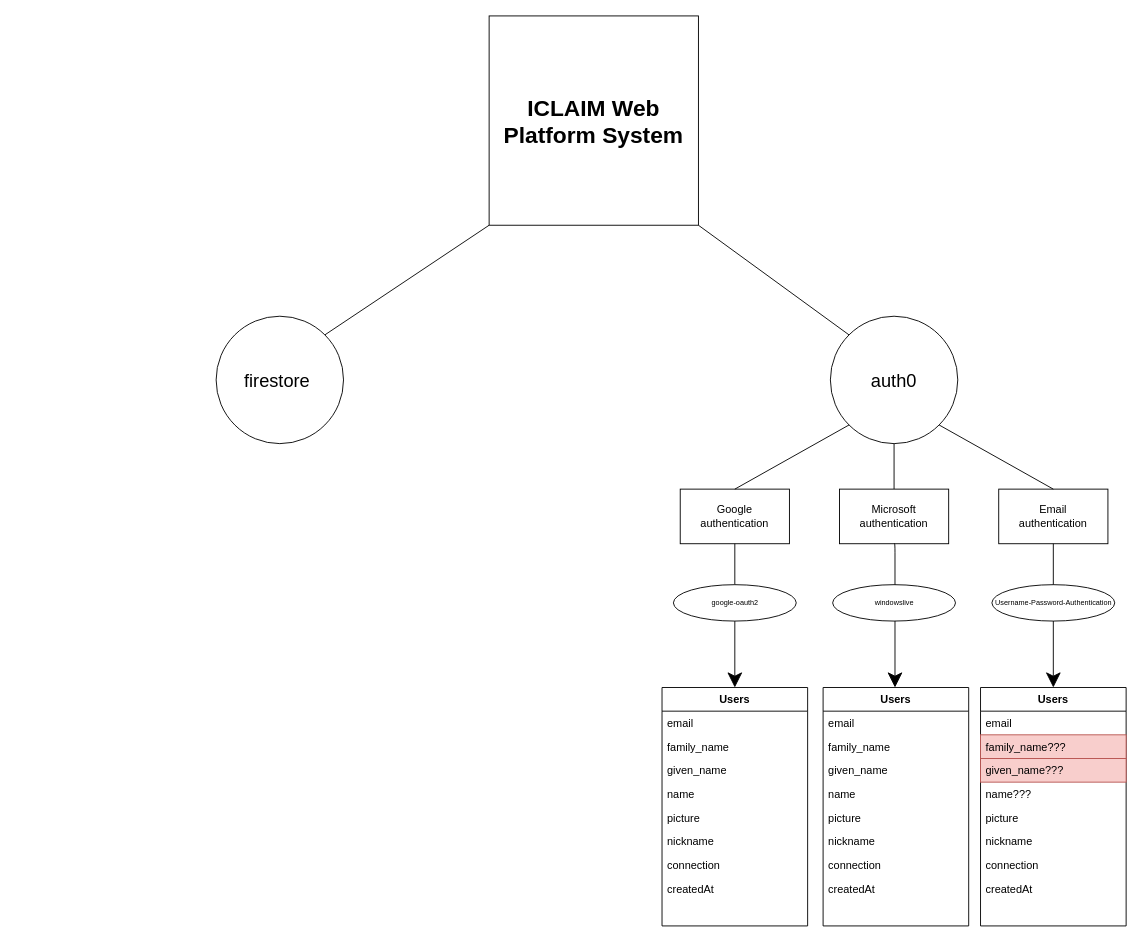
The draw.io diagram Untitled Diagram.drawio in AGEORGIOU4/Social-Mediators-Network, before the edit. Source tidied: cells renumbered, new cells numbered last; positions are measured from the earlier drawing's top-left corner, leaving out a move shared by most shapes. Both pictures are drawn from the tidied source at 91%, with x=0, y=0 at pixel (216, 15).
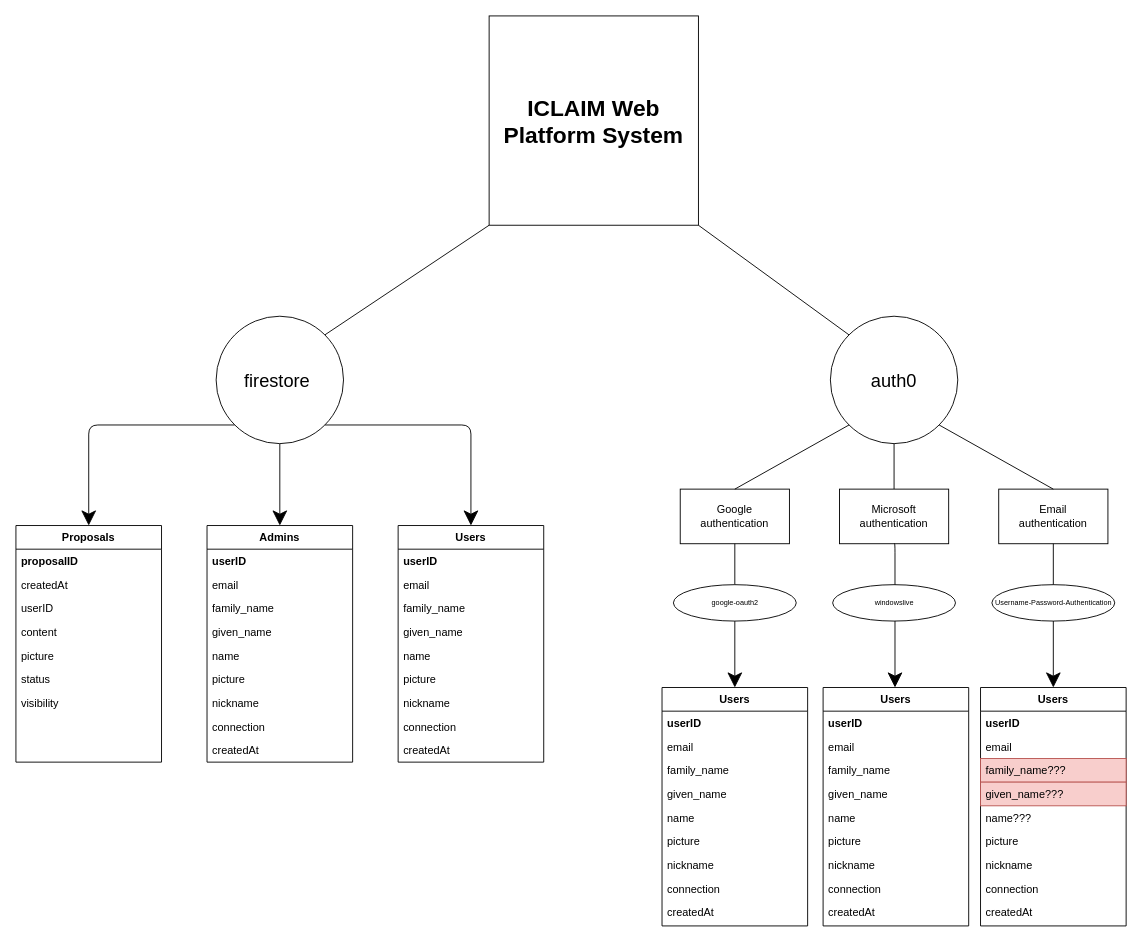
The same page after the edit.

Unchanged cells that the change refers to:
```xml
<mxCell id="4" value="Users" style="swimlane;fontStyle=1;align=center;verticalAlign=top;horizontal=1;startSize=26;rounded=0;shadow=0;strokeWidth=1;" parent="1" vertex="1">
  <mxGeometry x="490" y="738" width="160" height="262" as="geometry" />
</mxCell>
<mxCell id="27" value="firestore&amp;nbsp;" style="ellipse;whiteSpace=wrap;html=1;hachureGap=4;fontSize=20;" parent="1" vertex="1">
  <mxGeometry y="330" width="140" height="140" as="geometry" />
</mxCell>
<mxCell id="31" value="Users" style="swimlane;fontStyle=1;align=center;verticalAlign=top;horizontal=1;startSize=26;rounded=0;shadow=0;strokeWidth=1;" parent="1" vertex="1">
  <mxGeometry x="840" y="738" width="160" height="262" as="geometry" />
</mxCell>
<mxCell id="44" value="Users" style="swimlane;fontStyle=1;align=center;verticalAlign=top;horizontal=1;startSize=26;rounded=0;shadow=0;strokeWidth=1;" parent="1" vertex="1">
  <mxGeometry x="667" y="738" width="160" height="262" as="geometry" />
</mxCell>
```

Change to the diagram source:
```diff
@@
+    <mxCell id="53" value="userID" style="text;align=left;verticalAlign=top;spacingLeft=4;spacingRight=4;overflow=hidden;rounded=0;shadow=0;html=0;fontStyle=1;" parent="4" vertex="1">
+      <mxGeometry y="26" width="160" height="26" as="geometry" />
+    </mxCell>
     <mxCell id="5" value="email" style="text;align=left;verticalAlign=top;spacingLeft=4;spacingRight=4;overflow=hidden;" parent="4" vertex="1">
-      <mxGeometry y="26" width="160" height="26" as="geometry" />
+      <mxGeometry y="52" width="160" height="26" as="geometry" />
     </mxCell>
     <mxCell id="6" value="family_name" style="text;align=left;verticalAlign=top;spacingLeft=4;spacingRight=4;overflow=hidden;rounded=0;shadow=0;html=0;" parent="4" vertex="1">
-      <mxGeometry y="52" width="160" height="26" as="geometry" />
+      <mxGeometry y="78" width="160" height="26" as="geometry" />
     </mxCell>
     <mxCell id="7" value="given_name" style="text;align=left;verticalAlign=top;spacingLeft=4;spacingRight=4;overflow=hidden;rounded=0;shadow=0;html=0;" parent="4" vertex="1">
-      <mxGeometry y="78" width="160" height="26" as="geometry" />
+      <mxGeometry y="104" width="160" height="26" as="geometry" />
     </mxCell>
     <mxCell id="8" value="name" style="text;align=left;verticalAlign=top;spacingLeft=4;spacingRight=4;overflow=hidden;rounded=0;shadow=0;html=0;" parent="4" vertex="1">
-      <mxGeometry y="104" width="160" height="26" as="geometry" />
+      <mxGeometry y="130" width="160" height="26" as="geometry" />
     </mxCell>
     <mxCell id="9" value="picture" style="text;align=left;verticalAlign=top;spacingLeft=4;spacingRight=4;overflow=hidden;rounded=0;shadow=0;html=0;" parent="4" vertex="1">
-      <mxGeometry y="130" width="160" height="26" as="geometry" />
+      <mxGeometry y="156" width="160" height="26" as="geometry" />
     </mxCell>
     <mxCell id="10" value="nickname" style="text;align=left;verticalAlign=top;spacingLeft=4;spacingRight=4;overflow=hidden;rounded=0;shadow=0;html=0;" parent="4" vertex="1">
-      <mxGeometry y="156" width="160" height="26" as="geometry" />
+      <mxGeometry y="182" width="160" height="26" as="geometry" />
     </mxCell>
     <mxCell id="11" value="connection" style="text;align=left;verticalAlign=top;spacingLeft=4;spacingRight=4;overflow=hidden;rounded=0;shadow=0;html=0;" parent="4" vertex="1">
-      <mxGeometry y="182" width="160" height="26" as="geometry" />
+      <mxGeometry y="208" width="160" height="26" as="geometry" />
     </mxCell>
     <mxCell id="12" value="createdAt" style="text;align=left;verticalAlign=top;spacingLeft=4;spacingRight=4;overflow=hidden;rounded=0;shadow=0;html=0;" parent="4" vertex="1">
-      <mxGeometry y="208" width="160" height="26" as="geometry" />
+      <mxGeometry y="234" width="160" height="26" as="geometry" />
     </mxCell>
@@
+    <mxCell id="54" style="edgeStyle=segmentEdgeStyle;jettySize=auto;html=1;exitX=1;exitY=1;exitDx=0;exitDy=0;entryX=0.5;entryY=0;entryDx=0;entryDy=0;fontSize=8;startSize=14;endSize=14;sourcePerimeterSpacing=8;targetPerimeterSpacing=8;" parent="1" edge="1" source="27" target="59">
+      <mxGeometry relative="1" as="geometry" />
+    </mxCell>
+    <mxCell id="55" style="edgeStyle=segmentEdgeStyle;jettySize=auto;html=1;exitX=0.5;exitY=1;exitDx=0;exitDy=0;entryX=0.5;entryY=0;entryDx=0;entryDy=0;fontSize=8;startSize=14;endSize=14;sourcePerimeterSpacing=8;targetPerimeterSpacing=8;" parent="1" edge="1" source="27" target="69">
+      <mxGeometry relative="1" as="geometry" />
+    </mxCell>
+    <mxCell id="56" style="edgeStyle=segmentEdgeStyle;jettySize=auto;html=1;exitX=0;exitY=1;exitDx=0;exitDy=0;entryX=0.5;entryY=0;entryDx=0;entryDy=0;fontSize=8;startSize=14;endSize=14;sourcePerimeterSpacing=8;targetPerimeterSpacing=8;" parent="1" edge="1" source="27" target="79">
+      <mxGeometry relative="1" as="geometry" />
+    </mxCell>
@@
+    <mxCell id="57" value="userID" style="text;align=left;verticalAlign=top;spacingLeft=4;spacingRight=4;overflow=hidden;rounded=0;shadow=0;html=0;fontStyle=1;" parent="31" vertex="1">
+      <mxGeometry y="26" width="160" height="26" as="geometry" />
+    </mxCell>
     <mxCell id="32" value="email" style="text;align=left;verticalAlign=top;spacingLeft=4;spacingRight=4;overflow=hidden;" parent="31" vertex="1">
-      <mxGeometry y="26" width="160" height="26" as="geometry" />
+      <mxGeometry y="52" width="160" height="26" as="geometry" />
     </mxCell>
     <mxCell id="33" value="family_name???" style="text;align=left;verticalAlign=top;spacingLeft=4;spacingRight=4;overflow=hidden;rounded=0;shadow=0;html=0;fillColor=#f8cecc;strokeColor=#b85450;" parent="31" vertex="1">
-      <mxGeometry y="52" width="160" height="26" as="geometry" />
+      <mxGeometry y="78" width="160" height="26" as="geometry" />
     </mxCell>
     <mxCell id="34" value="given_name???" style="text;align=left;verticalAlign=top;spacingLeft=4;spacingRight=4;overflow=hidden;rounded=0;shadow=0;html=0;fillColor=#f8cecc;strokeColor=#b85450;" parent="31" vertex="1">
-      <mxGeometry y="78" width="160" height="26" as="geometry" />
+      <mxGeometry y="104" width="160" height="26" as="geometry" />
     </mxCell>
     <mxCell id="35" value="name???" style="text;align=left;verticalAlign=top;spacingLeft=4;spacingRight=4;overflow=hidden;rounded=0;shadow=0;html=0;" parent="31" vertex="1">
-      <mxGeometry y="104" width="160" height="26" as="geometry" />
+      <mxGeometry y="130" width="160" height="26" as="geometry" />
     </mxCell>
     <mxCell id="36" value="picture" style="text;align=left;verticalAlign=top;spacingLeft=4;spacingRight=4;overflow=hidden;rounded=0;shadow=0;html=0;" parent="31" vertex="1">
-      <mxGeometry y="130" width="160" height="26" as="geometry" />
+      <mxGeometry y="156" width="160" height="26" as="geometry" />
     </mxCell>
     <mxCell id="37" value="nickname" style="text;align=left;verticalAlign=top;spacingLeft=4;spacingRight=4;overflow=hidden;rounded=0;shadow=0;html=0;" parent="31" vertex="1">
-      <mxGeometry y="156" width="160" height="26" as="geometry" />
+      <mxGeometry y="182" width="160" height="26" as="geometry" />
     </mxCell>
     <mxCell id="38" value="connection" style="text;align=left;verticalAlign=top;spacingLeft=4;spacingRight=4;overflow=hidden;rounded=0;shadow=0;html=0;" parent="31" vertex="1">
-      <mxGeometry y="182" width="160" height="26" as="geometry" />
+      <mxGeometry y="208" width="160" height="26" as="geometry" />
     </mxCell>
     <mxCell id="39" value="createdAt" style="text;align=left;verticalAlign=top;spacingLeft=4;spacingRight=4;overflow=hidden;rounded=0;shadow=0;html=0;" parent="31" vertex="1">
-      <mxGeometry y="208" width="160" height="26" as="geometry" />
+      <mxGeometry y="234" width="160" height="26" as="geometry" />
     </mxCell>
@@
+    <mxCell id="58" value="userID" style="text;align=left;verticalAlign=top;spacingLeft=4;spacingRight=4;overflow=hidden;rounded=0;shadow=0;html=0;fontStyle=1;" parent="44" vertex="1">
+      <mxGeometry y="26" width="160" height="26" as="geometry" />
+    </mxCell>
     <mxCell id="45" value="email" style="text;align=left;verticalAlign=top;spacingLeft=4;spacingRight=4;overflow=hidden;" parent="44" vertex="1">
-      <mxGeometry y="26" width="160" height="26" as="geometry" />
+      <mxGeometry y="52" width="160" height="26" as="geometry" />
     </mxCell>
     <mxCell id="46" value="family_name" style="text;align=left;verticalAlign=top;spacingLeft=4;spacingRight=4;overflow=hidden;rounded=0;shadow=0;html=0;" parent="44" vertex="1">
-      <mxGeometry y="52" width="160" height="26" as="geometry" />
+      <mxGeometry y="78" width="160" height="26" as="geometry" />
     </mxCell>
     <mxCell id="47" value="given_name" style="text;align=left;verticalAlign=top;spacingLeft=4;spacingRight=4;overflow=hidden;rounded=0;shadow=0;html=0;" parent="44" vertex="1">
-      <mxGeometry y="78" width="160" height="26" as="geometry" />
+      <mxGeometry y="104" width="160" height="26" as="geometry" />
     </mxCell>
     <mxCell id="48" value="name" style="text;align=left;verticalAlign=top;spacingLeft=4;spacingRight=4;overflow=hidden;rounded=0;shadow=0;html=0;" parent="44" vertex="1">
-      <mxGeometry y="104" width="160" height="26" as="geometry" />
+      <mxGeometry y="130" width="160" height="26" as="geometry" />
     </mxCell>
     <mxCell id="49" value="picture" style="text;align=left;verticalAlign=top;spacingLeft=4;spacingRight=4;overflow=hidden;rounded=0;shadow=0;html=0;" parent="44" vertex="1">
-      <mxGeometry y="130" width="160" height="26" as="geometry" />
+      <mxGeometry y="156" width="160" height="26" as="geometry" />
     </mxCell>
     <mxCell id="50" value="nickname" style="text;align=left;verticalAlign=top;spacingLeft=4;spacingRight=4;overflow=hidden;rounded=0;shadow=0;html=0;" parent="44" vertex="1">
-      <mxGeometry y="156" width="160" height="26" as="geometry" />
+      <mxGeometry y="182" width="160" height="26" as="geometry" />
     </mxCell>
     <mxCell id="51" value="connection" style="text;align=left;verticalAlign=top;spacingLeft=4;spacingRight=4;overflow=hidden;rounded=0;shadow=0;html=0;" parent="44" vertex="1">
-      <mxGeometry y="182" width="160" height="26" as="geometry" />
+      <mxGeometry y="208" width="160" height="26" as="geometry" />
     </mxCell>
     <mxCell id="52" value="createdAt" style="text;align=left;verticalAlign=top;spacingLeft=4;spacingRight=4;overflow=hidden;rounded=0;shadow=0;html=0;" parent="44" vertex="1">
-      <mxGeometry y="208" width="160" height="26" as="geometry" />
+      <mxGeometry y="234" width="160" height="26" as="geometry" />
     </mxCell>
+    <mxCell id="59" value="Users" style="swimlane;fontStyle=1;align=center;verticalAlign=top;horizontal=1;startSize=26;rounded=0;shadow=0;strokeWidth=1;" parent="1" vertex="1">
+      <mxGeometry x="200" y="560" width="160" height="260" as="geometry" />
+    </mxCell>
+    <mxCell id="60" value="userID" style="text;align=left;verticalAlign=top;spacingLeft=4;spacingRight=4;overflow=hidden;rounded=0;shadow=0;html=0;fontStyle=1;" parent="59" vertex="1">
+      <mxGeometry y="26" width="160" height="26" as="geometry" />
+    </mxCell>
+    <mxCell id="61" value="email" style="text;align=left;verticalAlign=top;spacingLeft=4;spacingRight=4;overflow=hidden;" parent="59" vertex="1">
+      <mxGeometry y="52" width="160" height="26" as="geometry" />
+    </mxCell>
+    <mxCell id="62" value="family_name" style="text;align=left;verticalAlign=top;spacingLeft=4;spacingRight=4;overflow=hidden;rounded=0;shadow=0;html=0;" parent="59" vertex="1">
+      <mxGeometry y="78" width="160" height="26" as="geometry" />
+    </mxCell>
+    <mxCell id="63" value="given_name" style="text;align=left;verticalAlign=top;spacingLeft=4;spacingRight=4;overflow=hidden;rounded=0;shadow=0;html=0;" parent="59" vertex="1">
+      <mxGeometry y="104" width="160" height="26" as="geometry" />
+    </mxCell>
+    <mxCell id="64" value="name" style="text;align=left;verticalAlign=top;spacingLeft=4;spacingRight=4;overflow=hidden;rounded=0;shadow=0;html=0;" parent="59" vertex="1">
+      <mxGeometry y="130" width="160" height="26" as="geometry" />
+    </mxCell>
+    <mxCell id="65" value="picture" style="text;align=left;verticalAlign=top;spacingLeft=4;spacingRight=4;overflow=hidden;rounded=0;shadow=0;html=0;" parent="59" vertex="1">
+      <mxGeometry y="156" width="160" height="26" as="geometry" />
+    </mxCell>
+    <mxCell id="66" value="nickname" style="text;align=left;verticalAlign=top;spacingLeft=4;spacingRight=4;overflow=hidden;rounded=0;shadow=0;html=0;" parent="59" vertex="1">
+      <mxGeometry y="182" width="160" height="26" as="geometry" />
+    </mxCell>
+    <mxCell id="67" value="connection" style="text;align=left;verticalAlign=top;spacingLeft=4;spacingRight=4;overflow=hidden;rounded=0;shadow=0;html=0;" parent="59" vertex="1">
+      <mxGeometry y="208" width="160" height="26" as="geometry" />
+    </mxCell>
+    <mxCell id="68" value="createdAt" style="text;align=left;verticalAlign=top;spacingLeft=4;spacingRight=4;overflow=hidden;rounded=0;shadow=0;html=0;" parent="59" vertex="1">
+      <mxGeometry y="234" width="160" height="26" as="geometry" />
+    </mxCell>
+    <mxCell id="69" value="Admins" style="swimlane;fontStyle=1;align=center;verticalAlign=top;horizontal=1;startSize=26;rounded=0;shadow=0;strokeWidth=1;" parent="1" vertex="1">
+      <mxGeometry x="-10" y="560" width="160" height="260" as="geometry" />
+    </mxCell>
+    <mxCell id="70" value="userID" style="text;align=left;verticalAlign=top;spacingLeft=4;spacingRight=4;overflow=hidden;rounded=0;shadow=0;html=0;fontStyle=1;" parent="69" vertex="1">
+      <mxGeometry y="26" width="160" height="26" as="geometry" />
+    </mxCell>
+    <mxCell id="71" value="email" style="text;align=left;verticalAlign=top;spacingLeft=4;spacingRight=4;overflow=hidden;" parent="69" vertex="1">
+      <mxGeometry y="52" width="160" height="26" as="geometry" />
+    </mxCell>
+    <mxCell id="72" value="family_name" style="text;align=left;verticalAlign=top;spacingLeft=4;spacingRight=4;overflow=hidden;rounded=0;shadow=0;html=0;" parent="69" vertex="1">
+      <mxGeometry y="78" width="160" height="26" as="geometry" />
+    </mxCell>
+    <mxCell id="73" value="given_name" style="text;align=left;verticalAlign=top;spacingLeft=4;spacingRight=4;overflow=hidden;rounded=0;shadow=0;html=0;" parent="69" vertex="1">
+      <mxGeometry y="104" width="160" height="26" as="geometry" />
+    </mxCell>
+    <mxCell id="74" value="name" style="text;align=left;verticalAlign=top;spacingLeft=4;spacingRight=4;overflow=hidden;rounded=0;shadow=0;html=0;" parent="69" vertex="1">
+      <mxGeometry y="130" width="160" height="26" as="geometry" />
+    </mxCell>
+    <mxCell id="75" value="picture" style="text;align=left;verticalAlign=top;spacingLeft=4;spacingRight=4;overflow=hidden;rounded=0;shadow=0;html=0;" parent="69" vertex="1">
+      <mxGeometry y="156" width="160" height="26" as="geometry" />
+    </mxCell>
+    <mxCell id="76" value="nickname" style="text;align=left;verticalAlign=top;spacingLeft=4;spacingRight=4;overflow=hidden;rounded=0;shadow=0;html=0;" parent="69" vertex="1">
+      <mxGeometry y="182" width="160" height="26" as="geometry" />
+    </mxCell>
+    <mxCell id="77" value="connection" style="text;align=left;verticalAlign=top;spacingLeft=4;spacingRight=4;overflow=hidden;rounded=0;shadow=0;html=0;" parent="69" vertex="1">
+      <mxGeometry y="208" width="160" height="26" as="geometry" />
+    </mxCell>
+    <mxCell id="78" value="createdAt" style="text;align=left;verticalAlign=top;spacingLeft=4;spacingRight=4;overflow=hidden;rounded=0;shadow=0;html=0;" parent="69" vertex="1">
+      <mxGeometry y="234" width="160" height="26" as="geometry" />
+    </mxCell>
+    <mxCell id="79" value="Proposals" style="swimlane;fontStyle=1;align=center;verticalAlign=top;horizontal=1;startSize=26;rounded=0;shadow=0;strokeWidth=1;" parent="1" vertex="1">
+      <mxGeometry x="-220" y="560" width="160" height="260" as="geometry" />
+    </mxCell>
+    <mxCell id="80" value="proposalID" style="text;align=left;verticalAlign=top;spacingLeft=4;spacingRight=4;overflow=hidden;rounded=0;shadow=0;html=0;fontStyle=1;" parent="79" vertex="1">
+      <mxGeometry y="26" width="160" height="26" as="geometry" />
+    </mxCell>
+    <mxCell id="81" value="createdAt" style="text;align=left;verticalAlign=top;spacingLeft=4;spacingRight=4;overflow=hidden;rounded=0;shadow=0;html=0;" parent="79" vertex="1">
+      <mxGeometry y="52" width="160" height="26" as="geometry" />
+    </mxCell>
+    <mxCell id="82" value="userID" style="text;align=left;verticalAlign=top;spacingLeft=4;spacingRight=4;overflow=hidden;" parent="79" vertex="1">
+      <mxGeometry y="78" width="160" height="26" as="geometry" />
+    </mxCell>
+    <mxCell id="83" value="content" style="text;align=left;verticalAlign=top;spacingLeft=4;spacingRight=4;overflow=hidden;rounded=0;shadow=0;html=0;" parent="79" vertex="1">
+      <mxGeometry y="104" width="160" height="26" as="geometry" />
+    </mxCell>
+    <mxCell id="84" value="picture" style="text;align=left;verticalAlign=top;spacingLeft=4;spacingRight=4;overflow=hidden;rounded=0;shadow=0;html=0;" parent="79" vertex="1">
+      <mxGeometry y="130" width="160" height="26" as="geometry" />
+    </mxCell>
+    <mxCell id="85" value="status" style="text;align=left;verticalAlign=top;spacingLeft=4;spacingRight=4;overflow=hidden;rounded=0;shadow=0;html=0;" parent="79" vertex="1">
+      <mxGeometry y="156" width="160" height="26" as="geometry" />
+    </mxCell>
+    <mxCell id="86" value="visibility" style="text;align=left;verticalAlign=top;spacingLeft=4;spacingRight=4;overflow=hidden;rounded=0;shadow=0;html=0;" parent="79" vertex="1">
+      <mxGeometry y="182" width="160" height="26" as="geometry" />
+    </mxCell>
```
